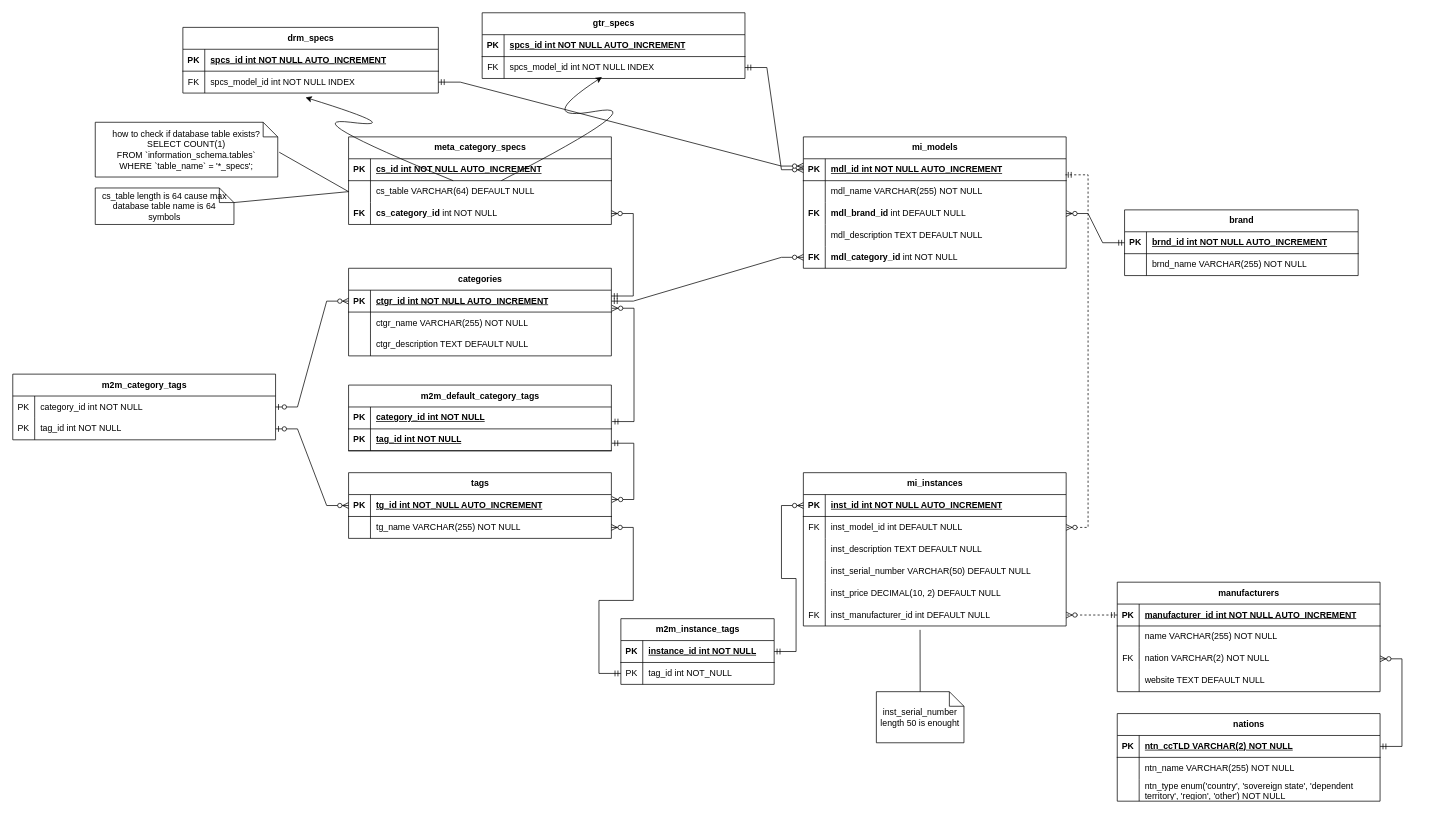
Earlier version of the draw.io diagram assets/schema/Untitled Diagram.drawio (IlyaSubtilnyj/MusicalInstrumentsOnlineService). Source tidied: cells renumbered, new cells numbered last; positions are measured from the earlier drawing's top-left corner, leaving out a move shared by most shapes. Both pictures are drawn from the tidied source at 73%, with x=0, y=0 at pixel (12, 12).
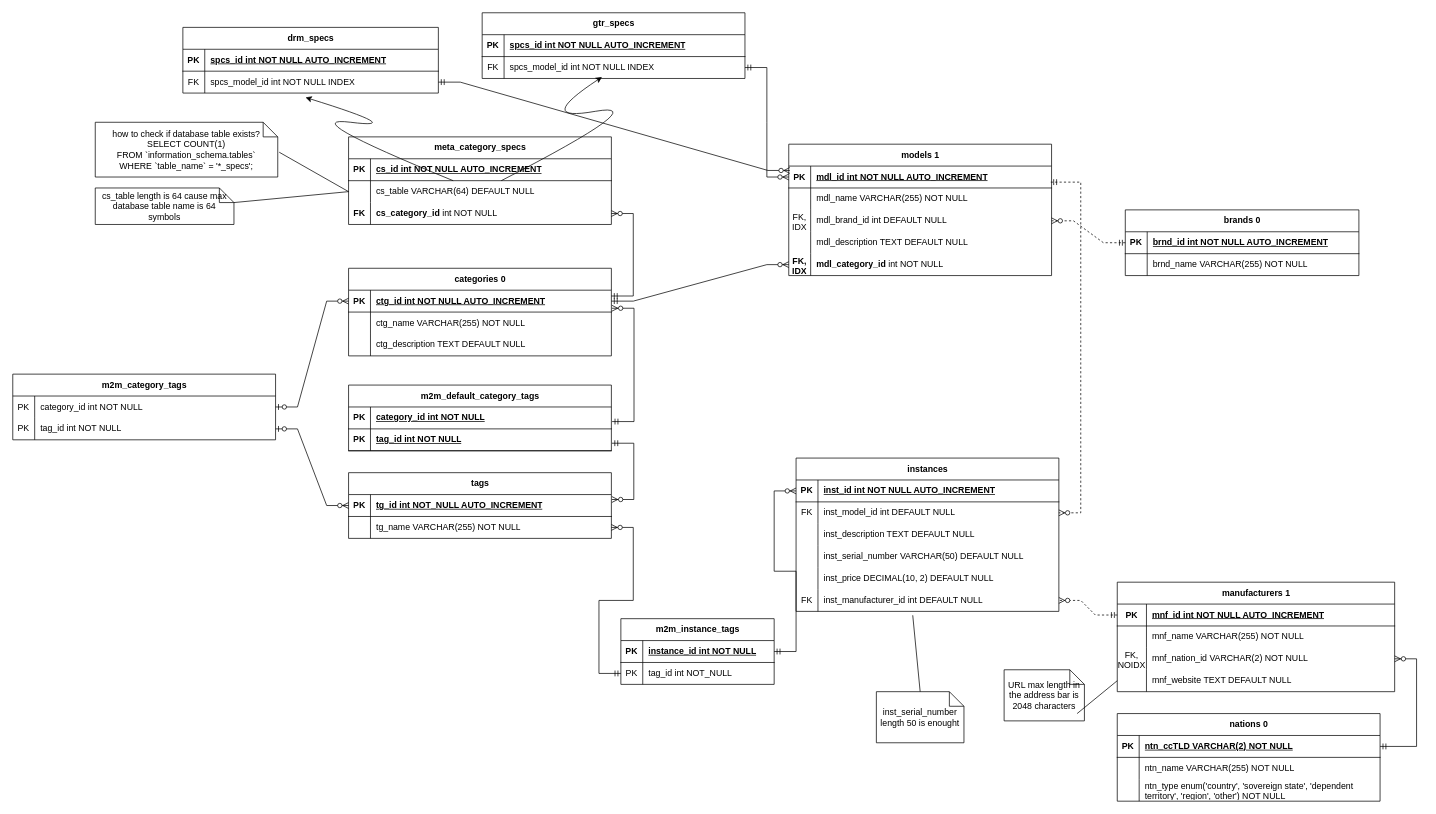
The same diagram, later.

Unchanged cells that the change refers to:
```xml
<mxCell id="3" style="shape=tableRow;horizontal=0;startSize=0;swimlaneHead=0;swimlaneBody=0;fillColor=none;points=[[0,0.5],[1,0.5]];portConstraint=eastwest;top=0;left=0;right=0;bottom=1;" parent="2" vertex="1">
  <mxGeometry y="30" width="360" height="30" as="geometry" />
</mxCell>
<mxCell id="9" style="shape=tableRow;horizontal=0;startSize=0;swimlaneHead=0;swimlaneBody=0;fillColor=none;points=[[0,0.5],[1,0.5]];portConstraint=eastwest;top=0;left=0;right=0;bottom=0;" parent="2" vertex="1">
  <mxGeometry y="90" width="360" height="30" as="geometry" />
</mxCell>
<mxCell id="15" style="shape=tableRow;horizontal=0;startSize=0;swimlaneHead=0;swimlaneBody=0;fillColor=none;points=[[0,0.5],[1,0.5]];portConstraint=eastwest;top=0;left=0;right=0;bottom=0;" parent="2" vertex="1">
  <mxGeometry y="150" width="360" height="30" as="geometry" />
</mxCell>
<mxCell id="19" style="shape=tableRow;horizontal=0;startSize=0;swimlaneHead=0;swimlaneBody=0;fillColor=none;points=[[0,0.5],[1,0.5]];portConstraint=eastwest;top=0;left=0;right=0;bottom=1;" parent="18" vertex="1">
  <mxGeometry y="30" width="360" height="30" as="geometry" />
</mxCell>
<mxCell id="22" style="shape=tableRow;horizontal=0;startSize=0;swimlaneHead=0;swimlaneBody=0;fillColor=none;top=0;left=0;right=0;bottom=0;" parent="18" vertex="1">
  <mxGeometry y="60" width="360" height="30" as="geometry" />
</mxCell>
<mxCell id="25" style="shape=tableRow;horizontal=0;startSize=0;swimlaneHead=0;swimlaneBody=0;fillColor=none;top=0;left=0;right=0;bottom=0;" parent="18" vertex="1">
  <mxGeometry y="90" width="360" height="30" as="geometry" />
</mxCell>
<mxCell id="78" style="shape=tableRow;horizontal=0;startSize=0;swimlaneHead=0;swimlaneBody=0;fillColor=none;points=[[0,0.5],[1,0.5]];portConstraint=eastwest;top=0;left=0;right=0;bottom=0;" parent="74" vertex="1">
  <mxGeometry y="60" width="350" height="30" as="geometry" />
</mxCell>
<mxCell id="136" style="shape=tableRow;horizontal=0;startSize=0;swimlaneHead=0;swimlaneBody=0;fillColor=none;points=[[0,0.5],[1,0.5]];portConstraint=eastwest;top=0;left=0;right=0;bottom=1;" parent="135" vertex="1">
  <mxGeometry y="30" width="320" height="30" as="geometry" />
</mxCell>
```

Diff of the diagram source:
```diff
@@
-    <mxCell id="2" value="mi_models" style="shape=table;startSize=30;childLayout=tableLayout;rowLines=0;fontStyle=1;align=center;html=1;" parent="1" vertex="1">
-      <mxGeometry x="1083" y="170" width="360" height="180" as="geometry" />
+    <mxCell id="2" value="models 1" style="shape=table;startSize=30;childLayout=tableLayout;rowLines=0;fontStyle=1;align=center;html=1;" parent="1" vertex="1">
+      <mxGeometry x="1063" y="180" width="360" height="180" as="geometry" />
     </mxCell>
@@
-    <mxCell id="10" value="&lt;b&gt;FK&lt;/b&gt;" style="shape=partialRectangle;fillColor=none;top=0;left=0;bottom=0;right=0;overflow=hidden;whiteSpace=wrap;html=1;" parent="9" vertex="1">
+    <mxCell id="10" value="FK,&lt;br&gt;IDX" style="shape=partialRectangle;fillColor=none;top=0;left=0;bottom=0;right=0;overflow=hidden;whiteSpace=wrap;html=1;" parent="9" vertex="1">
       <mxGeometry width="30" height="30" as="geometry" />
     </mxCell>
-    <mxCell id="11" value="&lt;b&gt;mdl_brand_id&lt;/b&gt; int DEFAULT NULL" style="shape=partialRectangle;fillColor=none;top=0;left=0;bottom=0;right=0;align=left;spacingLeft=6;overflow=hidden;whiteSpace=wrap;html=1;" parent="9" vertex="1">
+    <mxCell id="11" value="mdl_brand_id int DEFAULT NULL" style="shape=partialRectangle;fillColor=none;top=0;left=0;bottom=0;right=0;align=left;spacingLeft=6;overflow=hidden;whiteSpace=wrap;html=1;" parent="9" vertex="1">
       <mxGeometry x="30" width="330" height="30" as="geometry" />
     </mxCell>
@@
-    <mxCell id="16" value="&lt;b&gt;FK&lt;/b&gt;" style="shape=partialRectangle;fillColor=none;top=0;left=0;bottom=0;right=0;overflow=hidden;whiteSpace=wrap;html=1;" parent="15" vertex="1">
+    <mxCell id="16" value="&lt;b&gt;FK,&lt;br&gt;IDX&lt;/b&gt;" style="shape=partialRectangle;fillColor=none;top=0;left=0;bottom=0;right=0;overflow=hidden;whiteSpace=wrap;html=1;" parent="15" vertex="1">
       <mxGeometry width="30" height="30" as="geometry" />
     </mxCell>
@@
-    <mxCell id="18" value="categories" style="shape=table;startSize=30;childLayout=tableLayout;rowLines=0;fontStyle=1;align=center;html=1;rounded=0;swimlaneLine=1;shadow=0;" parent="1" vertex="1">
+    <mxCell id="18" value="categories 0" style="shape=table;startSize=30;childLayout=tableLayout;rowLines=0;fontStyle=1;align=center;html=1;rounded=0;swimlaneLine=1;shadow=0;" parent="1" vertex="1">
       <mxGeometry x="460" y="350" width="360" height="120" as="geometry" />
     </mxCell>
@@
-    <mxCell id="21" value="ctgr_id int NOT NULL AUTO_INCREMENT" style="shape=partialRectangle;fillColor=none;top=0;left=0;bottom=0;right=0;align=left;spacingLeft=6;fontStyle=5;overflow=hidden;whiteSpace=wrap;html=1;" parent="19" vertex="1">
+    <mxCell id="21" value="ctg_id int NOT NULL AUTO_INCREMENT" style="shape=partialRectangle;fillColor=none;top=0;left=0;bottom=0;right=0;align=left;spacingLeft=6;fontStyle=5;overflow=hidden;whiteSpace=wrap;html=1;" parent="19" vertex="1">
       <mxGeometry x="30" width="330" height="30" as="geometry" />
     </mxCell>
@@
-    <mxCell id="24" value="ctgr_name VARCHAR(255) NOT NULL" style="shape=partialRectangle;fillColor=none;top=0;left=0;bottom=0;right=0;align=left;spacingLeft=6;overflow=hidden;whiteSpace=wrap;html=1;" parent="22" vertex="1">
+    <mxCell id="24" value="ctg_name VARCHAR(255) NOT NULL" style="shape=partialRectangle;fillColor=none;top=0;left=0;bottom=0;right=0;align=left;spacingLeft=6;overflow=hidden;whiteSpace=wrap;html=1;" parent="22" vertex="1">
       <mxGeometry x="30" width="330" height="30" as="geometry" />
     </mxCell>
@@
-    <mxCell id="27" value="ctgr_description TEXT DEFAULT NULL" style="shape=partialRectangle;fillColor=none;top=0;left=0;bottom=0;right=0;align=left;spacingLeft=6;overflow=hidden;whiteSpace=wrap;html=1;" parent="25" vertex="1">
+    <mxCell id="27" value="ctg_description TEXT DEFAULT NULL" style="shape=partialRectangle;fillColor=none;top=0;left=0;bottom=0;right=0;align=left;spacingLeft=6;overflow=hidden;whiteSpace=wrap;html=1;" parent="25" vertex="1">
       <mxGeometry x="30" width="330" height="30" as="geometry" />
     </mxCell>
-    <mxCell id="28" value="manufacturers" style="shape=table;startSize=30;childLayout=tableLayout;rowLines=0;fontStyle=1;align=center;html=1;" parent="1" vertex="1">
-      <mxGeometry x="1513" y="780" width="360" height="150" as="geometry" />
+    <mxCell id="28" value="manufacturers 1" style="shape=table;startSize=30;childLayout=tableLayout;rowLines=0;fontStyle=1;align=center;html=1;" parent="1" vertex="1">
+      <mxGeometry x="1513" y="780" width="380" height="150" as="geometry" />
     </mxCell>
     <mxCell id="29" style="shape=tableRow;horizontal=0;startSize=0;swimlaneHead=0;swimlaneBody=0;fillColor=none;points=[[0,0.5],[1,0.5]];portConstraint=eastwest;top=0;left=0;right=0;bottom=1;" parent="28" vertex="1">
-      <mxGeometry y="30" width="360" height="30" as="geometry" />
+      <mxGeometry y="30" width="380" height="30" as="geometry" />
     </mxCell>
     <mxCell id="30" value="PK" style="shape=partialRectangle;fillColor=none;top=0;left=0;bottom=0;right=0;fontStyle=1;overflow=hidden;whiteSpace=wrap;html=1;" parent="29" vertex="1">
-      <mxGeometry width="30" height="30" as="geometry" />
+      <mxGeometry width="40" height="30" as="geometry" />
     </mxCell>
-    <mxCell id="31" value="manufacturer_id int NOT NULL AUTO_INCREMENT" style="shape=partialRectangle;fillColor=none;top=0;left=0;bottom=0;right=0;align=left;spacingLeft=6;fontStyle=5;overflow=hidden;whiteSpace=wrap;html=1;" parent="29" vertex="1">
-      <mxGeometry x="30" width="330" height="30" as="geometry" />
+    <mxCell id="31" value="mnf_id int NOT NULL AUTO_INCREMENT" style="shape=partialRectangle;fillColor=none;top=0;left=0;bottom=0;right=0;align=left;spacingLeft=6;fontStyle=5;overflow=hidden;whiteSpace=wrap;html=1;" parent="29" vertex="1">
+      <mxGeometry x="40" width="340" height="30" as="geometry" />
     </mxCell>
     <mxCell id="32" style="shape=tableRow;horizontal=0;startSize=0;swimlaneHead=0;swimlaneBody=0;fillColor=none;top=0;left=0;right=0;bottom=0;" parent="28" vertex="1">
-      <mxGeometry y="60" width="360" height="30" as="geometry" />
+      <mxGeometry y="60" width="380" height="30" as="geometry" />
     </mxCell>
     <mxCell id="33" style="shape=partialRectangle;fillColor=none;top=0;left=0;bottom=0;right=0;overflow=hidden;whiteSpace=wrap;html=1;" parent="32" vertex="1">
-      <mxGeometry width="30" height="30" as="geometry" />
+      <mxGeometry width="40" height="30" as="geometry" />
     </mxCell>
-    <mxCell id="34" value="name VARCHAR(255) NOT NULL" style="shape=partialRectangle;fillColor=none;top=0;left=0;bottom=0;right=0;align=left;spacingLeft=6;overflow=hidden;whiteSpace=wrap;html=1;" parent="32" vertex="1">
-      <mxGeometry x="30" width="330" height="30" as="geometry" />
+    <mxCell id="34" value="mnf_name VARCHAR(255) NOT NULL" style="shape=partialRectangle;fillColor=none;top=0;left=0;bottom=0;right=0;align=left;spacingLeft=6;overflow=hidden;whiteSpace=wrap;html=1;" parent="32" vertex="1">
+      <mxGeometry x="40" width="340" height="30" as="geometry" />
     </mxCell>
     <mxCell id="35" style="shape=tableRow;horizontal=0;startSize=0;swimlaneHead=0;swimlaneBody=0;fillColor=none;points=[[0,0.5],[1,0.5]];portConstraint=eastwest;top=0;left=0;right=0;bottom=0;" parent="28" vertex="1">
-      <mxGeometry y="90" width="360" height="30" as="geometry" />
+      <mxGeometry y="90" width="380" height="30" as="geometry" />
     </mxCell>
-    <mxCell id="36" value="FK" style="shape=partialRectangle;fillColor=none;top=0;left=0;bottom=0;right=0;overflow=hidden;whiteSpace=wrap;html=1;" parent="35" vertex="1">
-      <mxGeometry width="30" height="30" as="geometry" />
+    <mxCell id="36" value="FK, NOIDX" style="shape=partialRectangle;fillColor=none;top=0;left=0;bottom=0;right=0;overflow=hidden;whiteSpace=wrap;html=1;" parent="35" vertex="1">
+      <mxGeometry width="40" height="30" as="geometry" />
     </mxCell>
-    <mxCell id="37" value="nation VARCHAR(2) NOT NULL" style="shape=partialRectangle;fillColor=none;top=0;left=0;bottom=0;right=0;align=left;spacingLeft=6;overflow=hidden;whiteSpace=wrap;html=1;" parent="35" vertex="1">
-      <mxGeometry x="30" width="330" height="30" as="geometry" />
+    <mxCell id="37" value="mnf_nation_id VARCHAR(2) NOT NULL" style="shape=partialRectangle;fillColor=none;top=0;left=0;bottom=0;right=0;align=left;spacingLeft=6;overflow=hidden;whiteSpace=wrap;html=1;" parent="35" vertex="1">
+      <mxGeometry x="40" width="340" height="30" as="geometry" />
     </mxCell>
     <mxCell id="38" style="shape=tableRow;horizontal=0;startSize=0;swimlaneHead=0;swimlaneBody=0;fillColor=none;points=[[0,0.5],[1,0.5]];portConstraint=eastwest;top=0;left=0;right=0;bottom=0;" parent="28" vertex="1">
-      <mxGeometry y="120" width="360" height="30" as="geometry" />
+      <mxGeometry y="120" width="380" height="30" as="geometry" />
     </mxCell>
     <mxCell id="39" style="shape=partialRectangle;fillColor=none;top=0;left=0;bottom=0;right=0;overflow=hidden;whiteSpace=wrap;html=1;" parent="38" vertex="1">
-      <mxGeometry width="30" height="30" as="geometry" />
+      <mxGeometry width="40" height="30" as="geometry" />
     </mxCell>
-    <mxCell id="40" value="website TEXT DEFAULT NULL" style="shape=partialRectangle;fillColor=none;top=0;left=0;bottom=0;right=0;align=left;spacingLeft=6;overflow=hidden;whiteSpace=wrap;html=1;" parent="38" vertex="1">
-      <mxGeometry x="30" width="330" height="30" as="geometry" />
+    <mxCell id="40" value="mnf_website TEXT DEFAULT NULL" style="shape=partialRectangle;fillColor=none;top=0;left=0;bottom=0;right=0;align=left;spacingLeft=6;overflow=hidden;whiteSpace=wrap;html=1;" parent="38" vertex="1">
+      <mxGeometry x="40" width="340" height="30" as="geometry" />
     </mxCell>
@@
-    <mxCell id="42" value="nations" style="shape=table;startSize=30;childLayout=tableLayout;rowLines=0;fontStyle=1;align=center;html=1;" parent="1" vertex="1">
+    <mxCell id="42" value="nations 0" style="shape=table;startSize=30;childLayout=tableLayout;rowLines=0;fontStyle=1;align=center;html=1;" parent="1" vertex="1">
       <mxGeometry x="1513" y="960" width="360" height="120" as="geometry" />
     </mxCell>
@@
-    <mxCell id="81" value="mi_instances" style="shape=table;startSize=30;childLayout=tableLayout;rowLines=0;fontStyle=1;align=center;html=1;" parent="1" vertex="1">
-      <mxGeometry x="1083" y="630" width="360" height="210" as="geometry" />
+    <mxCell id="81" value="instances" style="shape=table;startSize=30;childLayout=tableLayout;rowLines=0;fontStyle=1;align=center;html=1;" parent="1" vertex="1">
+      <mxGeometry x="1073" y="610" width="360" height="210" as="geometry" />
     </mxCell>
@@
-    <mxCell id="135" value="brand" style="shape=table;startSize=30;childLayout=tableLayout;rowLines=0;fontStyle=1;align=center;html=1;" parent="1" vertex="1">
-      <mxGeometry x="1523" y="270" width="320" height="90" as="geometry" />
+    <mxCell id="135" value="brands 0" style="shape=table;startSize=30;childLayout=tableLayout;rowLines=0;fontStyle=1;align=center;html=1;" parent="1" vertex="1">
+      <mxGeometry x="1524" y="270" width="320" height="90" as="geometry" />
     </mxCell>
@@
-    <mxCell id="146" style="edgeStyle=entityRelationEdgeStyle;fontSize=12;html=1;endArrow=ERzeroToMany;startArrow=ERmandOne;rounded=0;entryX=1;entryY=0.5;entryDx=0;entryDy=0;exitX=0;exitY=0.5;exitDx=0;exitDy=0;" parent="1" edge="1" source="136" target="9">
+    <mxCell id="146" style="edgeStyle=entityRelationEdgeStyle;fontSize=12;html=1;endArrow=ERzeroToMany;startArrow=ERmandOne;rounded=0;entryX=1;entryY=0.5;entryDx=0;entryDy=0;exitX=0;exitY=0.5;exitDx=0;exitDy=0;dashed=1;" parent="1" edge="1" source="136" target="9">
       <mxGeometry relative="1" as="geometry" />
     </mxCell>
-    <mxCell id="147" style="edgeStyle=entityRelationEdgeStyle;fontSize=12;html=1;endArrow=ERzeroToMany;startArrow=ERmandOne;rounded=0;exitX=1;exitY=0.5;exitDx=0;exitDy=0;" parent="1" edge="1" source="78">
+    <mxCell id="147" style="edgeStyle=entityRelationEdgeStyle;fontSize=12;html=1;endArrow=ERzeroToMany;startArrow=ERmandOne;rounded=0;exitX=1;exitY=0.5;exitDx=0;exitDy=0;entryX=0.004;entryY=0.2;entryDx=0;entryDy=0;entryPerimeter=0;" parent="1" edge="1" source="78" target="3">
       <mxGeometry relative="1" as="geometry">
-        <mxPoint x="1083" y="210" as="targetPoint" />
         <Array as="points">
           <mxPoint x="623" y="120" />
         </Array>
       </mxGeometry>
     </mxCell>
@@
+    <mxCell id="151" value="URL max length in the address bar is 2048 characters" style="shape=note;size=20;whiteSpace=wrap;html=1;" parent="1" vertex="1">
+      <mxGeometry x="1358" y="900" width="110" height="70" as="geometry" />
+    </mxCell>
+    <mxCell id="152" style="endArrow=none;html=1;rounded=0;exitX=0;exitY=0;exitDx=100;exitDy=60;exitPerimeter=0;entryX=0;entryY=0.5;entryDx=0;entryDy=0;" parent="1" edge="1" source="151" target="38">
+      <mxGeometry relative="1" as="geometry" />
+    </mxCell>
```
